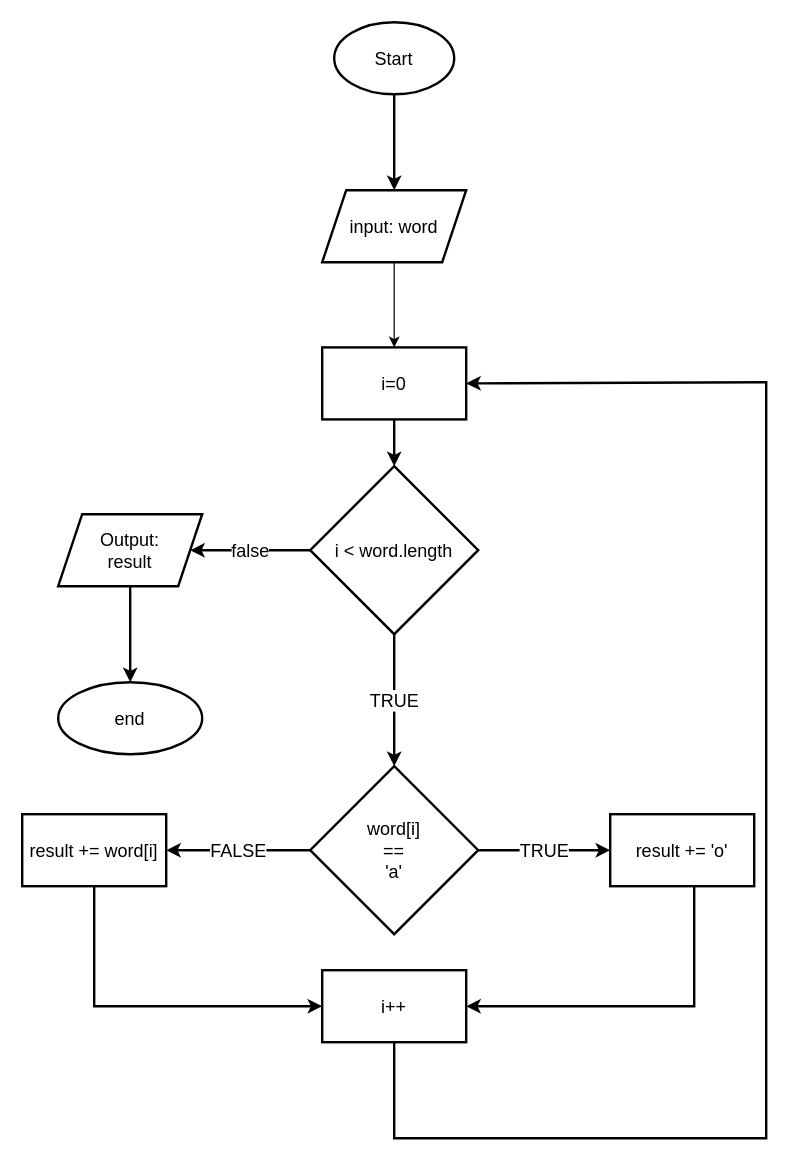
rioprayoga23/fw12-javascript-1 keeps this draw.io diagram as flowchart-konsonan.drawio. Above is the earlier version. Source tidied: cells renumbered, new cells numbered last; positions are measured from the earlier drawing's top-left corner, leaving out a move shared by most shapes. Both pictures are drawn from the tidied source at 120%, with x=0, y=0 at pixel (22, 22).
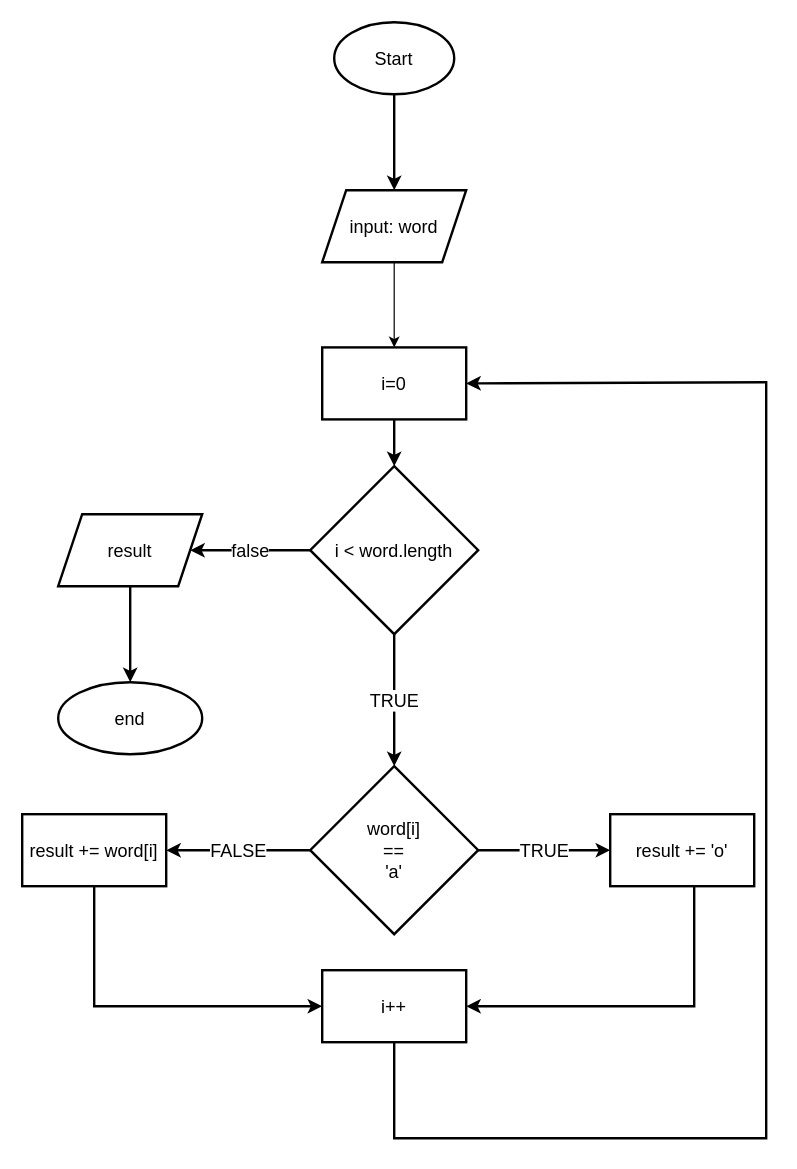
Above is the later version.

Commit message (it also covers changes not shown here):
mengganti flowchart

What changed in the source:
```diff
@@
-    <mxCell id="12" value="Output:&lt;br style=&quot;font-size: 15px;&quot;&gt;result" style="shape=parallelogram;perimeter=parallelogramPerimeter;whiteSpace=wrap;html=1;fixedSize=1;fontSize=15;strokeWidth=2;" parent="1" vertex="1">
+    <mxCell id="12" value="result" style="shape=parallelogram;perimeter=parallelogramPerimeter;whiteSpace=wrap;html=1;fixedSize=1;fontSize=15;strokeWidth=2;" parent="1" vertex="1">
       <mxGeometry x="30" y="410" width="120" height="60" as="geometry" />
     </mxCell>
```
